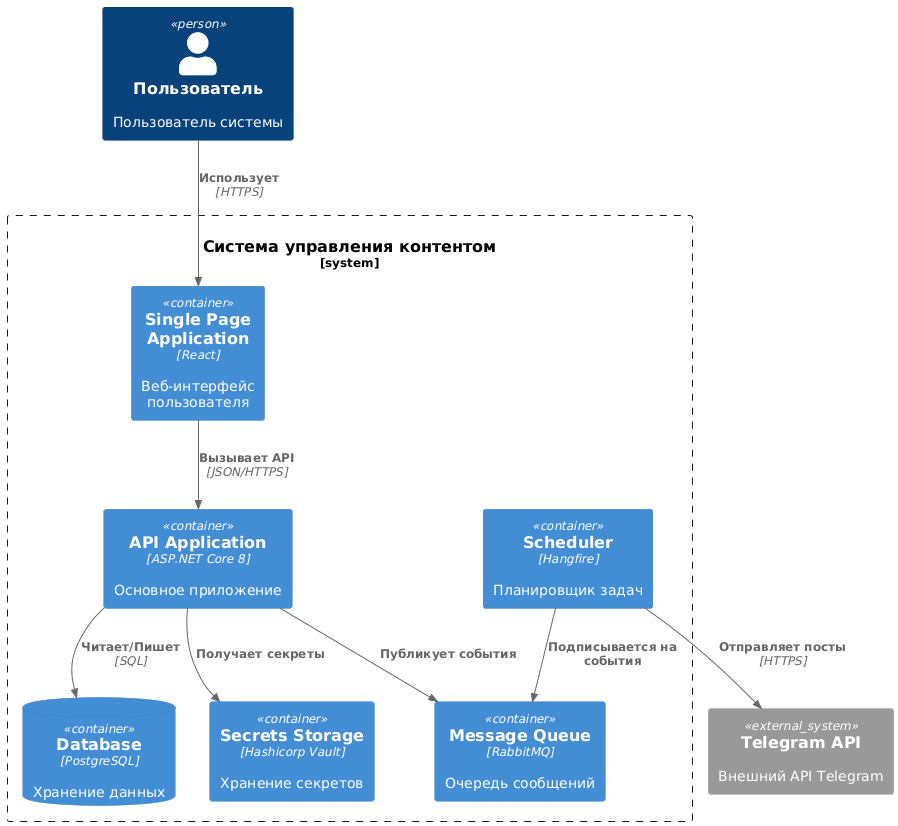
The PlantUML diagram Lab Work №2/docs/container-diagram.png in Maradonner/SoftwareSystemsArchitectureDesign, before a commit.
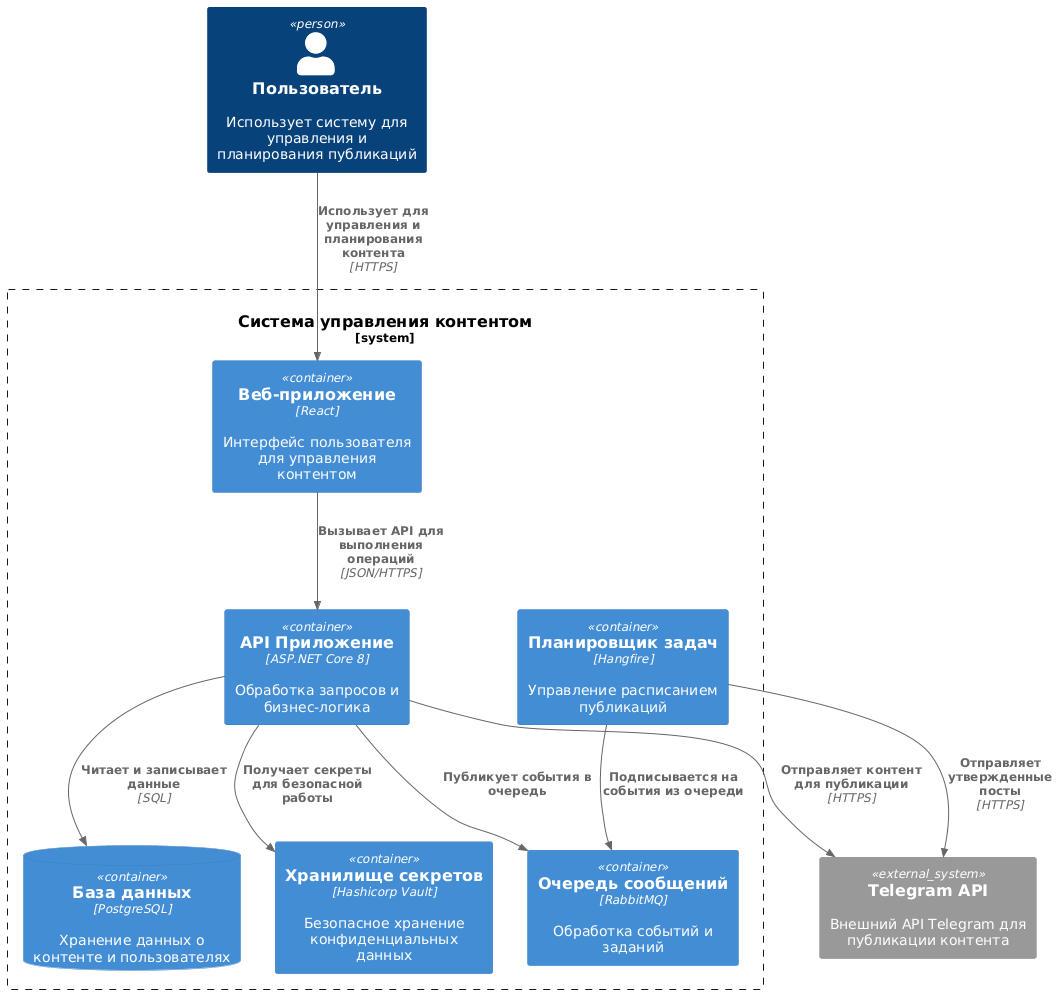
After the commit.

Diff of the diagram source:
```diff
@@ -1,24 +1,25 @@
 @startuml
 !include https://raw.githubusercontent.com/plantuml-stdlib/C4-PlantUML/master/C4_Container.puml
 
-Person(user, "Пользователь", "Пользователь системы")
+Person(user, "Пользователь", "Использует систему для управления и планирования публикаций")
 
 System_Boundary(c1, "Система управления контентом") {
-    Container(spa, "Single Page Application", "React", "Веб-интерфейс пользователя")
-    Container(api, "API Application", "ASP.NET Core 8", "Основное приложение")
-    ContainerDb(db, "Database", "PostgreSQL", "Хранение данных")
-    Container(queue, "Message Queue", "RabbitMQ", "Очередь сообщений")
-    Container(scheduler, "Scheduler", "Hangfire", "Планировщик задач")
-    Container(vault, "Secrets Storage", "Hashicorp Vault", "Хранение секретов")
+    Container(spa, "Веб-приложение", "React", "Интерфейс пользователя для управления контентом")
+    Container(api, "API Приложение", "ASP.NET Core 8", "Обработка запросов и бизнес-логика")
+    ContainerDb(db, "База данных", "PostgreSQL", "Хранение данных о контенте и пользователях")
+    Container(queue, "Очередь сообщений", "RabbitMQ", "Обработка событий и заданий")
+    Container(scheduler, "Планировщик задач", "Hangfire", "Управление расписанием публикаций")
+    Container(vault, "Хранилище секретов", "Hashicorp Vault", "Безопасное хранение конфиденциальных данных")
 }
 
-System_Ext(telegram_api, "Telegram API", "Внешний API Telegram")
+System_Ext(telegram_api, "Telegram API", "Внешний API Telegram для публикации контента")
 
-Rel(user, spa, "Использует", "HTTPS")
-Rel(spa, api, "Вызывает API", "JSON/HTTPS")
-Rel(api, db, "Читает/Пишет", "SQL")
-Rel(api, queue, "Публикует события")
-Rel(api, vault, "Получает секреты")
-Rel(scheduler, queue, "Подписывается на события")
-Rel(scheduler, telegram_api, "Отправляет посты", "HTTPS")
+Rel(user, spa, "Использует для управления и планирования контента", "HTTPS")
+Rel(spa, api, "Вызывает API для выполнения операций", "JSON/HTTPS")
+Rel(api, db, "Читает и записывает данные", "SQL")
+Rel(api, queue, "Публикует события в очередь")
+Rel(api, vault, "Получает секреты для безопасной работы")
+Rel(scheduler, queue, "Подписывается на события из очереди")
+Rel(scheduler, telegram_api, "Отправляет утвержденные посты", "HTTPS")
+Rel(api, telegram_api, "Отправляет контент для публикации", "HTTPS")
 @enduml
```
